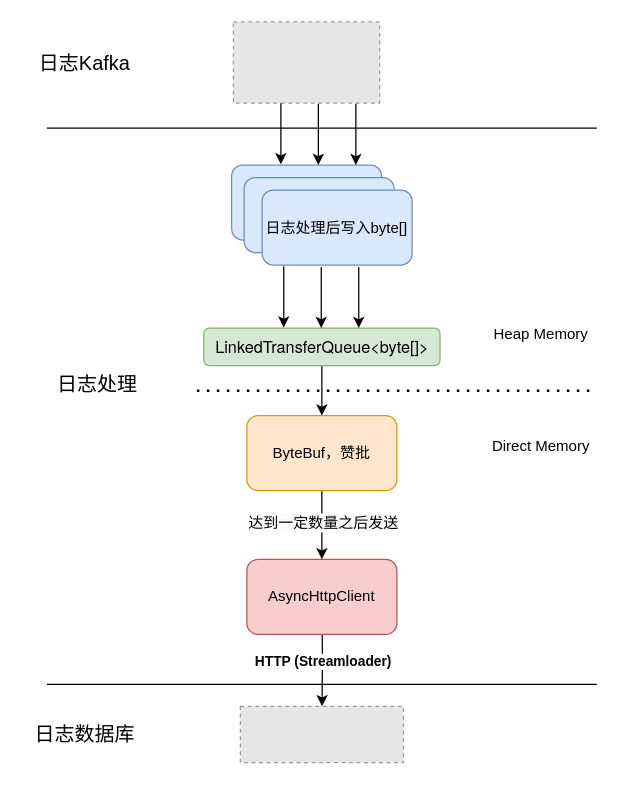
The draw.io diagram page "数据写入方案二" (2 of 3) of Doris接入分享.drawio in maxuewen/draw.io, before the edit. Source tidied: cells renumbered, new cells numbered last; positions are measured from the earlier drawing's top-left corner, leaving out a move shared by most shapes. Both pictures are drawn from the tidied source at 125%, with x=0, y=0 at pixel (21, 21). Pictures stored in the file or linked from it are replaced by grey dashed boxes.
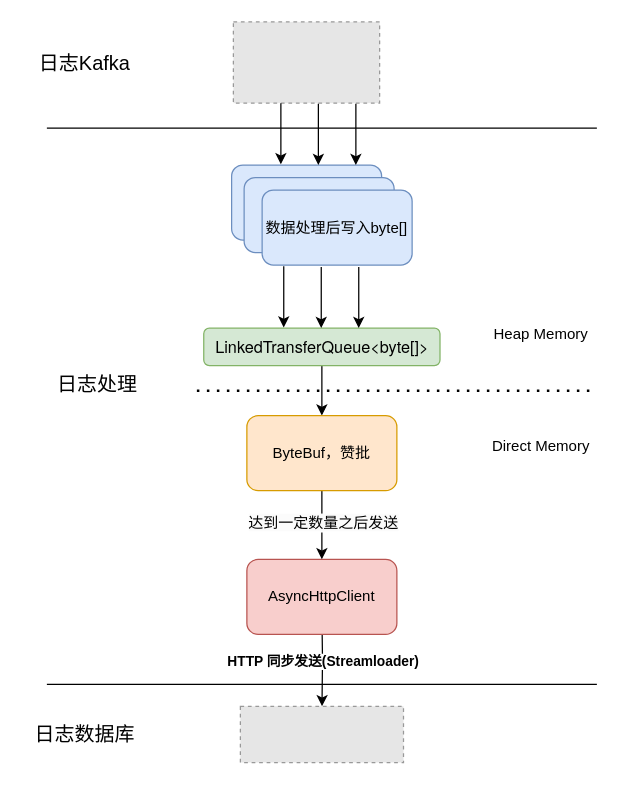
After the change.

The change refers to these unchanged cells:
```xml
<mxCell id="21" style="fillColor=#E6E6E6;strokeColor=#999999;dashed=1;verticalLabelPosition=bottom;labelBackgroundColor=default;verticalAlign=top;" parent="1" vertex="1">
  <mxGeometry x="174.8" y="547.5" width="130.5" height="45" as="geometry" />
</mxCell>
```

What changed in the source:
```diff
@@
-    <mxCell id="5" value="&lt;b&gt;HTTP (Streaml&lt;span style=&quot;color: light-dark(rgb(0, 0, 0), rgb(255, 255, 255)); background-color: light-dark(#ffffff, var(--ge-dark-color, #121212));&quot;&gt;oader)&lt;/span&gt;&lt;/b&gt;" style="edgeStyle=orthogonalEdgeStyle;rounded=0;jettySize=auto;html=1;" parent="1" edge="1" target="21">
+    <mxCell id="5" value="&lt;b&gt;HTTP 同步发送(Streaml&lt;span style=&quot;color: light-dark(rgb(0, 0, 0), rgb(255, 255, 255)); background-color: light-dark(#ffffff, var(--ge-dark-color, #121212));&quot;&gt;oader)&lt;/span&gt;&lt;/b&gt;" style="edgeStyle=orthogonalEdgeStyle;rounded=0;jettySize=auto;html=1;" parent="1" edge="1" target="21">
       <mxGeometry x="0.06" y="1" relative="1" as="geometry">
         <mxPoint x="240" y="472" as="sourcePoint" />
       </mxGeometry>
     </mxCell>
@@
-    <mxCell id="9" value="日志处理后写入byte[]" style="rounded=1;whiteSpace=wrap;html=1;fillColor=#dae8fc;strokeColor=#6c8ebf;" parent="1" vertex="1">
+    <mxCell id="9" value="数据处理后写入byte[]" style="rounded=1;whiteSpace=wrap;html=1;fillColor=#dae8fc;strokeColor=#6c8ebf;" parent="1" vertex="1">
       <mxGeometry x="192.2" y="134.5" width="120" height="60" as="geometry" />
     </mxCell>
```
